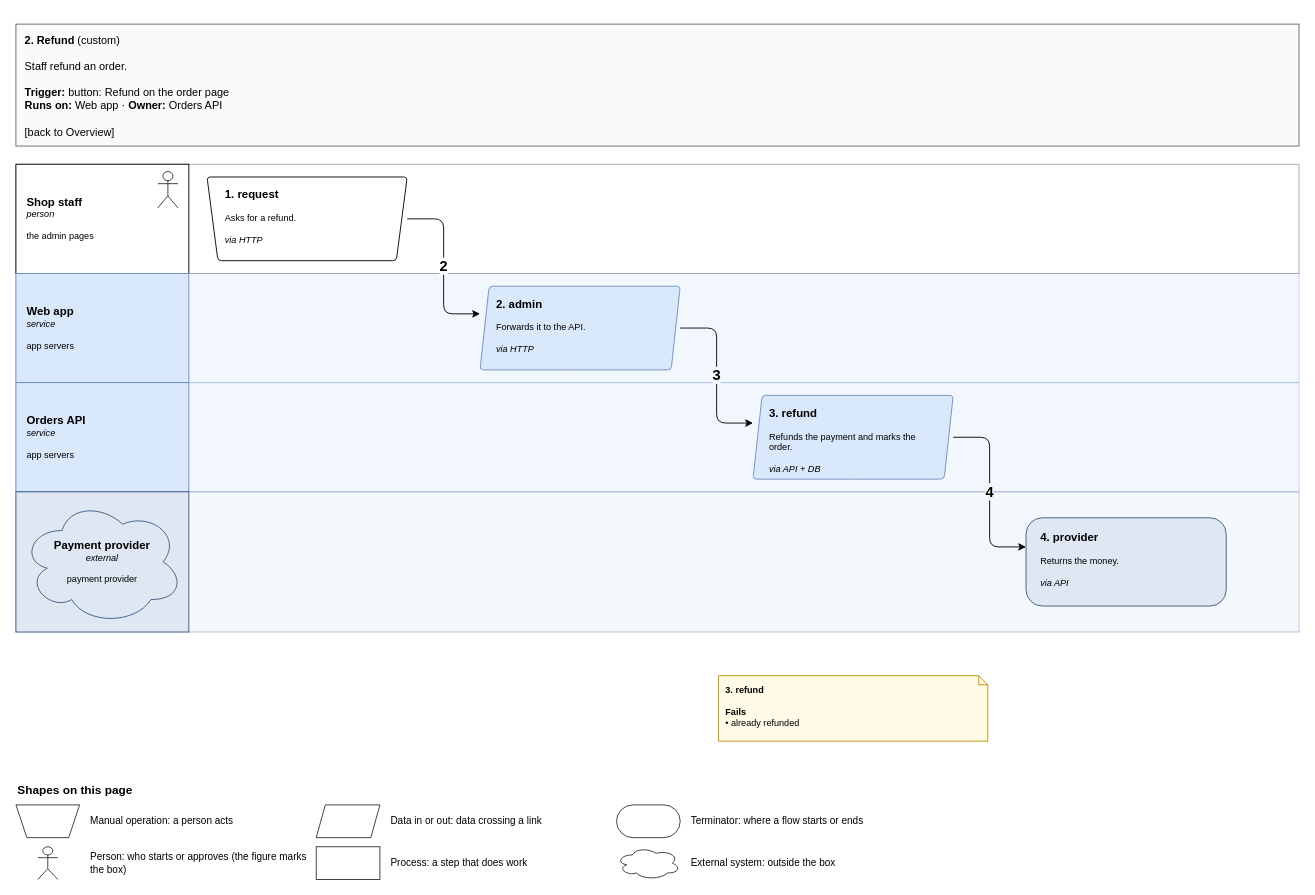
This is page "2. Refund" (7 of 10) of specialists/platform/skill-drawio/examples/shop/drawio/flows.drawio from amalikn/skills_stuff, a draw.io file, before an edit. Source tidied: cells renumbered, new cells numbered last; positions are measured from the earlier drawing's top-left corner, leaving out a move shared by most shapes. Both pictures are drawn from the tidied source at 91%, with x=0, y=0 at pixel (15, 24).
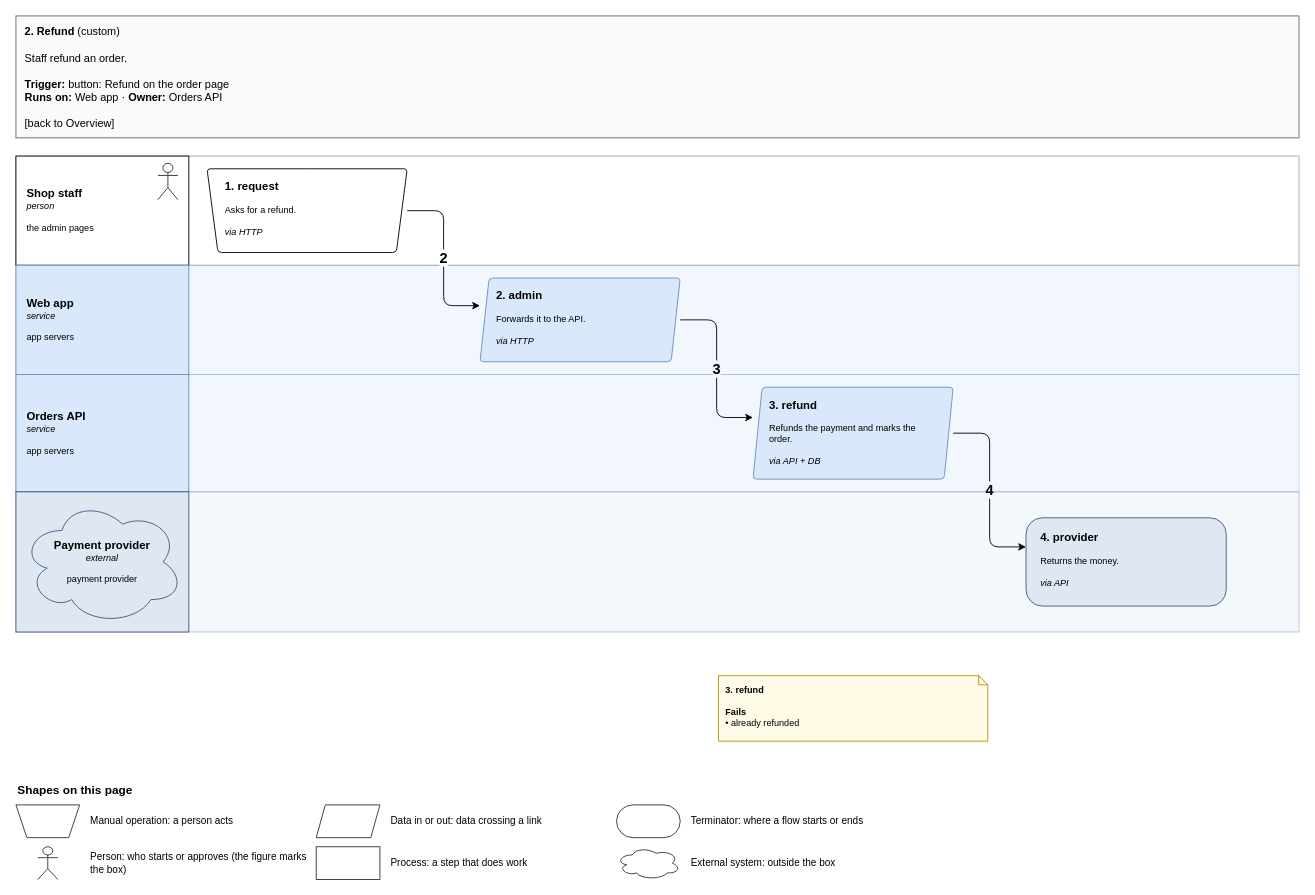
The same page after the edit.

The change refers to these unchanged cells:
```xml
<mxCell id="17" value="&lt;span style=&quot;font-size:125%&quot;&gt;&lt;b&gt;4. provider&lt;/b&gt;&lt;/span&gt;&lt;br&gt; &lt;br&gt;Returns the money.&lt;br&gt; &lt;br&gt;&lt;i&gt;via API&lt;/i&gt;" style="rounded=1;whiteSpace=wrap;html=1;fillColor=#dfe7f3;strokeColor=#3d5a80;fontSize=11;arcSize=8;fontSize=10;align=left;verticalAlign=top;spacingLeft=8;spacingRight=6;spacingTop=6;rounded=1;absoluteArcSize=1;arcSize=36;spacingLeft=14;spacingRight=12;spacingTop=8;" parent="1" vertex="1">
  <mxGeometry x="1110" y="542.5" width="220" height="97" as="geometry" />
</mxCell>
```

Diff of the diagram source:
```diff
@@
     <mxCell id="2" value="&lt;b&gt;2. Refund&lt;/b&gt; (custom)&lt;br&gt; &lt;br&gt;Staff refund an order.&lt;br&gt; &lt;br&gt;&lt;b&gt;Trigger:&lt;/b&gt; button: Refund on the order page&lt;br&gt;&lt;b&gt;Runs on:&lt;/b&gt; Web app · &lt;b&gt;Owner:&lt;/b&gt; Orders API&lt;br&gt; &lt;br&gt;[back to Overview]" style="rounded=0;whiteSpace=wrap;html=1;fillColor=#fafafa;strokeColor=#666666;align=left;verticalAlign=top;spacingLeft=8;spacingTop=4;fontSize=12;" parent="1" vertex="1">
-      <mxGeometry width="1410" height="134" as="geometry" />
+      <mxGeometry y="-9" width="1410" height="134" as="geometry" />
     </mxCell>
     <mxCell id="3" style="rounded=0;html=1;fillColor=#ffffff;strokeColor=#000000;opacity=35;" parent="1" vertex="1">
-      <mxGeometry y="154" width="1410" height="120" as="geometry" />
+      <mxGeometry y="145" width="1410" height="120" as="geometry" />
     </mxCell>
     <mxCell id="4" value="&lt;span style=&quot;font-size:125%&quot;&gt;&lt;b&gt;Shop staff&lt;/b&gt;&lt;/span&gt;&lt;br&gt;&lt;i&gt;person&lt;/i&gt;&lt;br&gt; &lt;br&gt;the admin pages" style="rounded=1;whiteSpace=wrap;html=1;fillColor=#ffffff;strokeColor=#000000;fontSize=11;arcSize=8;rounded=0;align=left;verticalAlign=middle;spacingLeft=10;spacingRight=8;fontSize=10;spacingRight=40;" parent="1" vertex="1">
-      <mxGeometry y="154" width="190" height="120" as="geometry" />
+      <mxGeometry y="145" width="190" height="120" as="geometry" />
     </mxCell>
     <mxCell id="5" style="shape=umlActor;verticalLabelPosition=bottom;verticalAlign=top;fillColor=#ffffff;strokeColor=#333333;" parent="1" vertex="1">
-      <mxGeometry x="156" y="162" width="22" height="40" as="geometry" />
+      <mxGeometry x="156" y="153" width="22" height="40" as="geometry" />
     </mxCell>
     <mxCell id="6" style="rounded=0;html=1;fillColor=#dae8fc;strokeColor=#6c8ebf;opacity=35;" parent="1" vertex="1">
-      <mxGeometry y="274" width="1410" height="120" as="geometry" />
+      <mxGeometry y="265" width="1410" height="120" as="geometry" />
     </mxCell>
     <mxCell id="7" value="&lt;span style=&quot;font-size:125%&quot;&gt;&lt;b&gt;Web app&lt;/b&gt;&lt;/span&gt;&lt;br&gt;&lt;i&gt;service&lt;/i&gt;&lt;br&gt; &lt;br&gt;app servers" style="rounded=1;whiteSpace=wrap;html=1;fillColor=#dae8fc;strokeColor=#6c8ebf;fontSize=11;arcSize=8;rounded=0;align=left;verticalAlign=middle;spacingLeft=10;spacingRight=8;fontSize=10;" parent="1" vertex="1">
-      <mxGeometry y="274" width="190" height="120" as="geometry" />
+      <mxGeometry y="265" width="190" height="120" as="geometry" />
     </mxCell>
     <mxCell id="8" style="rounded=0;html=1;fillColor=#dae8fc;strokeColor=#6c8ebf;opacity=35;" parent="1" vertex="1">
-      <mxGeometry y="394" width="1410" height="120" as="geometry" />
+      <mxGeometry y="385" width="1410" height="129" as="geometry" />
     </mxCell>
     <mxCell id="9" value="&lt;span style=&quot;font-size:125%&quot;&gt;&lt;b&gt;Orders API&lt;/b&gt;&lt;/span&gt;&lt;br&gt;&lt;i&gt;service&lt;/i&gt;&lt;br&gt; &lt;br&gt;app servers" style="rounded=1;whiteSpace=wrap;html=1;fillColor=#dae8fc;strokeColor=#6c8ebf;fontSize=11;arcSize=8;rounded=0;align=left;verticalAlign=middle;spacingLeft=10;spacingRight=8;fontSize=10;" parent="1" vertex="1">
-      <mxGeometry y="394" width="190" height="120" as="geometry" />
+      <mxGeometry y="385" width="190" height="129" as="geometry" />
     </mxCell>
@@
     <mxCell id="13" value="&lt;span style=&quot;font-size:125%&quot;&gt;&lt;b&gt;1. request&lt;/b&gt;&lt;/span&gt;&lt;br&gt; &lt;br&gt;Asks for a refund.&lt;br&gt; &lt;br&gt;&lt;i&gt;via HTTP&lt;/i&gt;" style="rounded=1;whiteSpace=wrap;html=1;fillColor=#ffffff;strokeColor=#000000;fontSize=11;arcSize=8;fontSize=10;align=left;verticalAlign=top;spacingLeft=8;spacingRight=6;spacingTop=6;shape=trapezoid;perimeter=trapezoidPerimeter;flipV=1;fixedSize=1;size=12;spacingLeft=18;spacingRight=18;" parent="1" vertex="1">
-      <mxGeometry x="210" y="168" width="220" height="92" as="geometry" />
+      <mxGeometry x="210" y="159" width="220" height="92" as="geometry" />
     </mxCell>
     <mxCell id="14" value="&lt;span style=&quot;font-size:125%&quot;&gt;&lt;b&gt;2. admin&lt;/b&gt;&lt;/span&gt;&lt;br&gt; &lt;br&gt;Forwards it to the API.&lt;br&gt; &lt;br&gt;&lt;i&gt;via HTTP&lt;/i&gt;" style="rounded=1;whiteSpace=wrap;html=1;fillColor=#dae8fc;strokeColor=#6c8ebf;fontSize=11;arcSize=8;fontSize=10;align=left;verticalAlign=top;spacingLeft=8;spacingRight=6;spacingTop=6;shape=parallelogram;perimeter=parallelogramPerimeter;fixedSize=1;size=10;spacingLeft=16;spacingRight=16;" parent="1" vertex="1">
-      <mxGeometry x="510" y="288" width="220" height="92" as="geometry" />
+      <mxGeometry x="510" y="279" width="220" height="92" as="geometry" />
     </mxCell>
     <mxCell id="15" value="&lt;span style=&quot;font-size:125%&quot;&gt;&lt;b&gt;3. refund&lt;/b&gt;&lt;/span&gt;&lt;br&gt; &lt;br&gt;Refunds the payment and marks the order.&lt;br&gt; &lt;br&gt;&lt;i&gt;via API + DB&lt;/i&gt;" style="rounded=1;whiteSpace=wrap;html=1;fillColor=#dae8fc;strokeColor=#6c8ebf;fontSize=11;arcSize=8;fontSize=10;align=left;verticalAlign=top;spacingLeft=8;spacingRight=6;spacingTop=6;shape=parallelogram;perimeter=parallelogramPerimeter;fixedSize=1;size=10;spacingLeft=16;spacingRight=16;" parent="1" vertex="1">
-      <mxGeometry x="810" y="408" width="220" height="92" as="geometry" />
+      <mxGeometry x="810" y="399" width="220" height="101" as="geometry" />
     </mxCell>
@@
     <mxCell id="31" style="edgeStyle=none;rounded=1;html=1;endArrow=classic;endFill=1;jumpStyle=arc;jumpSize=6;strokeColor=#000000;exitX=1;exitY=0.5;entryX=0;entryY=0.3304;exitPerimeter=0;entryPerimeter=0;" parent="1" edge="1" source="13" target="14">
       <mxGeometry relative="1" as="geometry">
         <Array as="points">
-          <mxPoint x="470" y="214" />
-          <mxPoint x="470" y="318.4" />
+          <mxPoint x="470" y="205" />
+          <mxPoint x="470" y="309.4" />
         </Array>
       </mxGeometry>
     </mxCell>
     <mxCell id="32" value="&lt;b&gt;2&lt;/b&gt;" style="text;html=1;align=center;verticalAlign=middle;fontSize=16;fontStyle=1;labelBackgroundColor=#ffffff;fontColor=#000000;" parent="1" vertex="1">
-      <mxGeometry x="456.5" y="255.2" width="27" height="22" as="geometry" />
+      <mxGeometry x="456.5" y="246.2" width="27" height="22" as="geometry" />
     </mxCell>
-    <mxCell id="33" style="edgeStyle=none;rounded=1;html=1;endArrow=classic;endFill=1;jumpStyle=arc;jumpSize=6;strokeColor=#000000;exitX=1;exitY=0.5;entryX=0;entryY=0.3304;exitPerimeter=0;entryPerimeter=0;" parent="1" edge="1" source="14" target="15">
+    <mxCell id="33" style="edgeStyle=none;rounded=1;html=1;endArrow=classic;endFill=1;jumpStyle=arc;jumpSize=6;strokeColor=#000000;exitX=1;exitY=0.5;entryX=0;entryY=0.3297;exitPerimeter=0;entryPerimeter=0;" parent="1" edge="1" source="14" target="15">
       <mxGeometry relative="1" as="geometry">
         <Array as="points">
-          <mxPoint x="770" y="334" />
-          <mxPoint x="770" y="438.4" />
+          <mxPoint x="770" y="325" />
+          <mxPoint x="770" y="432.3" />
         </Array>
       </mxGeometry>
     </mxCell>
     <mxCell id="34" value="&lt;b&gt;3&lt;/b&gt;" style="text;html=1;align=center;verticalAlign=middle;fontSize=16;fontStyle=1;labelBackgroundColor=#f2f7fe;fontColor=#000000;" parent="1" vertex="1">
-      <mxGeometry x="756.5" y="375.2" width="27" height="22" as="geometry" />
+      <mxGeometry x="756.5" y="367.7" width="27" height="22" as="geometry" />
     </mxCell>
     <mxCell id="35" style="edgeStyle=none;rounded=1;html=1;endArrow=classic;endFill=1;jumpStyle=arc;jumpSize=6;strokeColor=#000000;exitX=1;exitY=0.5;entryX=0;entryY=0.3299;exitPerimeter=0;entryPerimeter=0;" parent="1" edge="1" source="15" target="17">
       <mxGeometry relative="1" as="geometry">
         <Array as="points">
-          <mxPoint x="1070" y="454" />
+          <mxPoint x="1070" y="449.5" />
           <mxPoint x="1070" y="574.5" />
         </Array>
       </mxGeometry>
     </mxCell>
-    <mxCell id="36" value="&lt;b&gt;4&lt;/b&gt;" style="text;html=1;align=center;verticalAlign=middle;fontSize=16;fontStyle=1;labelBackgroundColor=#f4f7fb;fontColor=#000000;" parent="1" vertex="1">
-      <mxGeometry x="1056.5" y="503.3" width="27" height="22" as="geometry" />
+    <mxCell id="36" value="&lt;b&gt;4&lt;/b&gt;" style="text;html=1;align=center;verticalAlign=middle;fontSize=16;fontStyle=1;labelBackgroundColor=#f2f7fe;fontColor=#000000;" parent="1" vertex="1">
+      <mxGeometry x="1056.5" y="501" width="27" height="22" as="geometry" />
     </mxCell>
```
